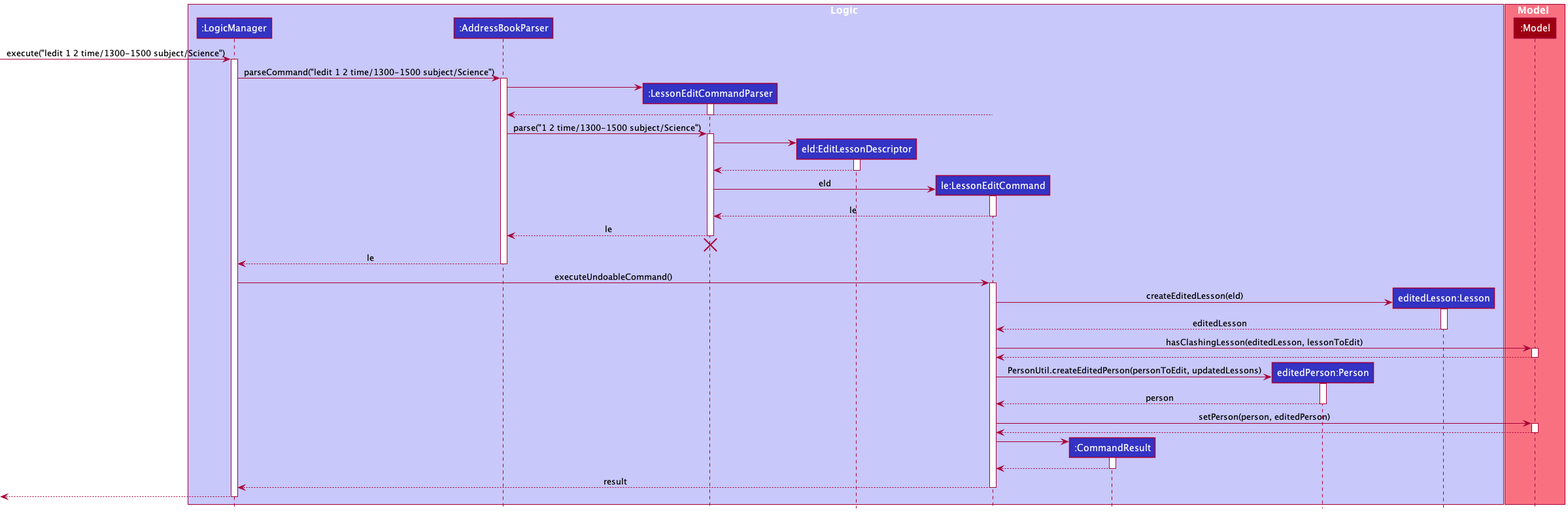
The PlantUML diagram docs/images/LessonEditSequenceDiagram.png in nus-cs2103-AY2122S1/tp, before a commit.
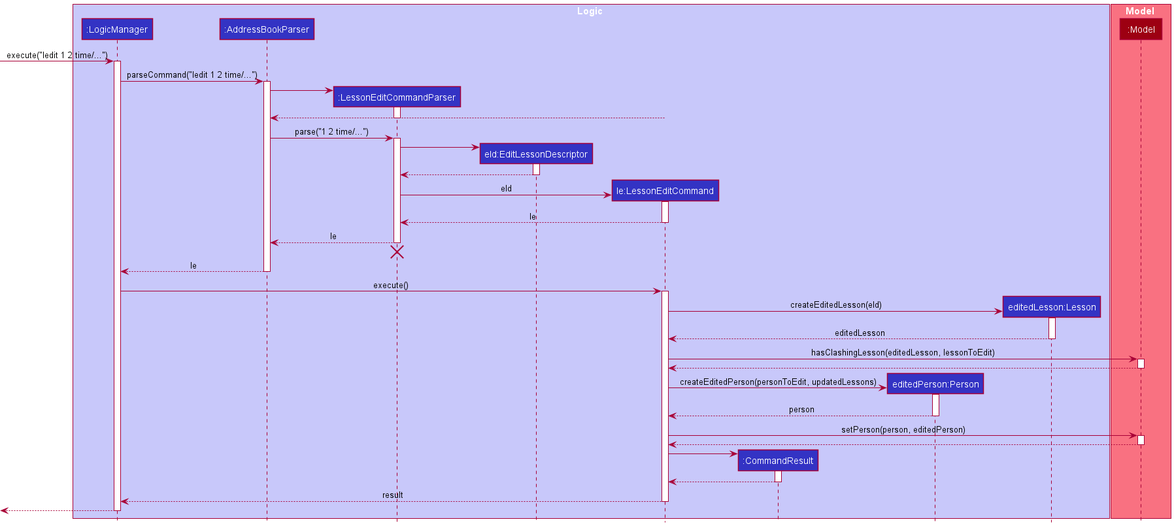
Later version of the same file.

Diff of the diagram source:
```diff
@@ -17,10 +17,10 @@
 participant ":Model" as Model MODEL_COLOR
 end box
 
-[-> LogicManager : execute("ledit 1 2 time/1300-1500 subject/Science")
+[-> LogicManager : execute("ledit 1 2 time/...")
 activate LogicManager
 
-LogicManager -> AddressBookParser : parseCommand("ledit 1 2 time/1300-1500 subject/Science")
+LogicManager -> AddressBookParser : parseCommand("ledit 1 2 time/...")
 activate AddressBookParser
 
 create LessonEditCommandParser
@@ -30,7 +30,7 @@
 LessonEditCommand --> AddressBookParser
 deactivate LessonEditCommandParser
 
-AddressBookParser -> LessonEditCommandParser : parse("1 2 time/1300-1500 subject/Science")
+AddressBookParser -> LessonEditCommandParser : parse("1 2 time/...")
 activate LessonEditCommandParser
 
 create EditLessonDescriptor
@@ -55,7 +55,7 @@
 AddressBookParser --> LogicManager : le
 deactivate AddressBookParser
 
-LogicManager -> LessonEditCommand : executeUndoableCommand()
+LogicManager -> LessonEditCommand : execute()
 activate LessonEditCommand
 
 create Lesson
@@ -72,7 +72,7 @@
 deactivate Model
 
 create Person
-LessonEditCommand -> Person : PersonUtil.createEditedPerson(personToEdit, updatedLessons)
+LessonEditCommand -> Person : createEditedPerson(personToEdit, updatedLessons)
 activate Person
 
 Person --> LessonEditCommand : person
```
